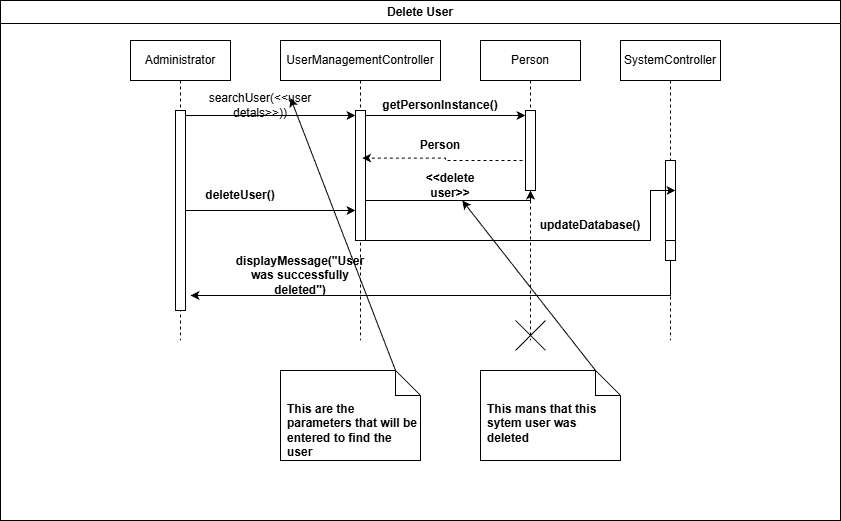
Before: Week7/delete user sequence.png, a diagram exported from draw.io (John34263/Hospital-Administration-System). Source tidied: cells renumbered, new cells last; positions are measured from the earlier drawing's top-left corner, leaving out a move shared by most shapes. Source of this version:
```xml
<mxGraphModel>
  <root>
    <mxCell id="0" />
    <mxCell id="1" parent="0" />
    <mxCell id="2" value="Delete User" style="swimlane;whiteSpace=wrap;html=1;swimlaneFillColor=default;" parent="1" vertex="1">
      <mxGeometry width="840" height="520" as="geometry" />
    </mxCell>
    <mxCell id="3" value="Administrator" style="shape=umlLifeline;perimeter=lifelinePerimeter;whiteSpace=wrap;html=1;newEdgeStyle={&quot;edgeStyle&quot;:&quot;elbowEdgeStyle&quot;,&quot;elbow&quot;:&quot;vertical&quot;,&quot;curved&quot;:0,&quot;rounded&quot;:0};" parent="2" vertex="1">
      <mxGeometry x="130" y="40" width="100" height="300" as="geometry" />
    </mxCell>
    <mxCell id="4" style="html=1;points=[[0,0,0,0,5],[0,1,0,0,-5],[1,0,0,0,5],[1,1,0,0,-5]];perimeter=orthogonalPerimeter;outlineConnect=0;targetShapes=umlLifeline;portConstraint=eastwest;newEdgeStyle={&quot;curved&quot;:0,&quot;rounded&quot;:0};" parent="3" vertex="1">
      <mxGeometry x="45" y="70" width="10" height="200" as="geometry" />
    </mxCell>
    <mxCell id="5" value="UserManagementController" style="shape=umlLifeline;perimeter=lifelinePerimeter;whiteSpace=wrap;html=1;newEdgeStyle={&quot;edgeStyle&quot;:&quot;elbowEdgeStyle&quot;,&quot;elbow&quot;:&quot;vertical&quot;,&quot;curved&quot;:0,&quot;rounded&quot;:0};size=40;" parent="2" vertex="1">
      <mxGeometry x="280" y="40" width="160" height="300" as="geometry" />
    </mxCell>
    <mxCell id="6" style="html=1;points=[[0,0,0,0,5],[0,1,0,0,-5],[1,0,0,0,5],[1,1,0,0,-5]];perimeter=orthogonalPerimeter;outlineConnect=0;targetShapes=umlLifeline;portConstraint=eastwest;newEdgeStyle={&quot;curved&quot;:0,&quot;rounded&quot;:0};" parent="5" vertex="1">
      <mxGeometry x="75" y="70" width="10" height="130" as="geometry" />
    </mxCell>
    <mxCell id="7" value="SystemController" style="shape=umlLifeline;perimeter=lifelinePerimeter;whiteSpace=wrap;html=1;newEdgeStyle={&quot;edgeStyle&quot;:&quot;elbowEdgeStyle&quot;,&quot;elbow&quot;:&quot;vertical&quot;,&quot;curved&quot;:0,&quot;rounded&quot;:0};" parent="2" vertex="1">
      <mxGeometry x="620" y="40" width="100" height="300" as="geometry" />
    </mxCell>
    <mxCell id="8" style="html=1;perimeter=orthogonalPerimeter;targetShapes=umlLifeline;newEdgeStyle={&quot;curved&quot;:0,&quot;rounded&quot;:0};" parent="7" vertex="1">
      <mxGeometry x="45" y="120" width="10" height="80" as="geometry" />
    </mxCell>
    <mxCell id="9" style="html=1;points=[[0,0,0,0,5],[0,1,0,0,-5],[1,0,0,0,5],[1,1,0,0,-5]];perimeter=orthogonalPerimeter;outlineConnect=0;targetShapes=umlLifeline;portConstraint=eastwest;newEdgeStyle={&quot;curved&quot;:0,&quot;rounded&quot;:0};" parent="7" vertex="1">
      <mxGeometry x="45" y="200" width="10" height="20" as="geometry" />
    </mxCell>
    <mxCell id="10" style="edgeStyle=orthogonalEdgeStyle;rounded=0;jettySize=auto;html=1;curved=0;exitX=1;exitY=0;exitDx=0;exitDy=5;exitPerimeter=0;entryX=0;entryY=0;entryDx=0;entryDy=5;entryPerimeter=0;horizontal=1;" parent="2" edge="1" source="4" target="6">
      <mxGeometry relative="1" as="geometry" />
    </mxCell>
    <mxCell id="11" value="searchUser(&amp;lt;&amp;lt;user detals&amp;gt;&amp;gt;))" style="text;html=1;whiteSpace=wrap;strokeColor=none;fillColor=none;align=center;verticalAlign=middle;rounded=0;" parent="2" vertex="1">
      <mxGeometry x="230" y="90" width="60" height="30" as="geometry" />
    </mxCell>
    <mxCell id="12" value="Person" style="shape=umlLifeline;perimeter=lifelinePerimeter;whiteSpace=wrap;html=1;newEdgeStyle={&quot;edgeStyle&quot;:&quot;elbowEdgeStyle&quot;,&quot;elbow&quot;:&quot;vertical&quot;,&quot;curved&quot;:0,&quot;rounded&quot;:0};" parent="2" vertex="1">
      <mxGeometry x="480" y="40" width="100" height="300" as="geometry" />
    </mxCell>
    <mxCell id="13" style="html=1;points=[[0,0,0,0,5],[0,1,0,0,-5],[1,0,0,0,5],[1,1,0,0,-5]];perimeter=orthogonalPerimeter;outlineConnect=0;targetShapes=umlLifeline;portConstraint=eastwest;newEdgeStyle={&quot;curved&quot;:0,&quot;rounded&quot;:0};" parent="12" vertex="1">
      <mxGeometry x="45" y="70" width="10" height="80" as="geometry" />
    </mxCell>
    <mxCell id="14" value="&lt;b&gt;&amp;lt;&amp;lt;delete user&amp;gt;&amp;gt;&lt;/b&gt;" style="text;html=1;whiteSpace=wrap;strokeColor=none;fillColor=none;align=center;verticalAlign=middle;rounded=0;" parent="2" vertex="1">
      <mxGeometry x="420" y="170" width="60" height="30" as="geometry" />
    </mxCell>
    <mxCell id="15" style="rounded=0;jettySize=auto;html=1;exitX=0;exitY=0;exitDx=115;exitDy=0;exitPerimeter=0;entryX=1;entryY=0.25;entryDx=0;entryDy=0;" parent="2" edge="1" source="16" target="11">
      <mxGeometry relative="1" as="geometry" />
    </mxCell>
    <mxCell id="16" value="&lt;b&gt;This are the parameters that will be entered to find the user&lt;/b&gt;" style="shape=note2;boundedLbl=1;whiteSpace=wrap;html=1;size=25;verticalAlign=top;align=left;spacingLeft=5;" parent="2" vertex="1">
      <mxGeometry x="280" y="370" width="140" height="90" as="geometry" />
    </mxCell>
    <mxCell id="17" style="rounded=0;jettySize=auto;html=1;exitX=0;exitY=0;exitDx=115;exitDy=0;exitPerimeter=0;" parent="2" edge="1" source="18" target="14">
      <mxGeometry relative="1" as="geometry" />
    </mxCell>
    <mxCell id="18" value="&lt;b&gt;This mans that this sytem user was deleted&lt;/b&gt;" style="shape=note2;boundedLbl=1;whiteSpace=wrap;html=1;size=25;verticalAlign=top;align=left;spacingLeft=5;" parent="2" vertex="1">
      <mxGeometry x="480" y="370" width="140" height="90" as="geometry" />
    </mxCell>
    <mxCell id="19" style="edgeStyle=orthogonalEdgeStyle;rounded=0;orthogonalLoop=1;jettySize=auto;html=1;curved=0;exitX=1;exitY=1;exitDx=0;exitDy=-5;exitPerimeter=0;entryX=1;entryY=1;entryDx=0;entryDy=-5;entryPerimeter=0;" parent="2" edge="1">
      <mxGeometry relative="1" as="geometry">
        <mxPoint x="365" y="240" as="sourcePoint" />
        <mxPoint x="675" y="190" as="targetPoint" />
        <Array as="points">
          <mxPoint x="650" y="240" />
          <mxPoint x="650" y="190" />
        </Array>
      </mxGeometry>
    </mxCell>
    <mxCell id="20" value="&lt;b&gt;updateDatabase()&lt;/b&gt;" style="text;html=1;whiteSpace=wrap;strokeColor=none;fillColor=none;align=center;verticalAlign=middle;rounded=0;" parent="2" vertex="1">
      <mxGeometry x="560" y="210" width="60" height="30" as="geometry" />
    </mxCell>
    <mxCell id="21" style="edgeStyle=orthogonalEdgeStyle;rounded=0;orthogonalLoop=1;jettySize=auto;html=1;curved=0;exitX=0;exitY=1;exitDx=0;exitDy=-5;exitPerimeter=0;" parent="2" edge="1">
      <mxGeometry relative="1" as="geometry">
        <mxPoint x="670" y="260" as="sourcePoint" />
        <mxPoint x="190" y="295" as="targetPoint" />
        <Array as="points">
          <mxPoint x="670" y="295" />
        </Array>
      </mxGeometry>
    </mxCell>
    <mxCell id="22" value="&lt;b&gt;displayMessage(&quot;User was successfully deleted&quot;)&lt;/b&gt;" style="text;html=1;whiteSpace=wrap;strokeColor=none;fillColor=none;align=center;verticalAlign=middle;rounded=0;" parent="2" vertex="1">
      <mxGeometry x="230" y="260" width="140" height="30" as="geometry" />
    </mxCell>
    <mxCell id="23" style="edgeStyle=orthogonalEdgeStyle;rounded=0;jettySize=auto;html=1;curved=0;exitX=1;exitY=0;exitDx=0;exitDy=5;exitPerimeter=0;" parent="2" edge="1" source="6" target="13">
      <mxGeometry relative="1" as="geometry">
        <Array as="points">
          <mxPoint x="365" y="200" />
          <mxPoint x="530" y="200" />
        </Array>
      </mxGeometry>
    </mxCell>
    <mxCell id="24" style="edgeStyle=orthogonalEdgeStyle;rounded=0;orthogonalLoop=1;jettySize=auto;html=1;curved=0;exitX=1;exitY=0;exitDx=0;exitDy=5;exitPerimeter=0;" parent="2" edge="1">
      <mxGeometry relative="1" as="geometry">
        <mxPoint x="185" y="150" as="sourcePoint" />
        <mxPoint x="355" y="210" as="targetPoint" />
        <Array as="points">
          <mxPoint x="185" y="210" />
        </Array>
      </mxGeometry>
    </mxCell>
    <mxCell id="25" value="&lt;b&gt;deleteUser()&lt;/b&gt;" style="text;html=1;whiteSpace=wrap;strokeColor=none;fillColor=none;align=center;verticalAlign=middle;rounded=0;" parent="2" vertex="1">
      <mxGeometry x="210" y="180" width="60" height="30" as="geometry" />
    </mxCell>
    <mxCell id="26" style="edgeStyle=orthogonalEdgeStyle;rounded=0;jettySize=auto;html=1;curved=0;exitX=1;exitY=0;exitDx=0;exitDy=5;exitPerimeter=0;entryX=0;entryY=0;entryDx=0;entryDy=5;entryPerimeter=0;" parent="2" edge="1" source="6" target="13">
      <mxGeometry relative="1" as="geometry" />
    </mxCell>
    <mxCell id="27" value="&lt;b&gt;getPersonInstance()&lt;/b&gt;" style="text;html=1;whiteSpace=wrap;strokeColor=none;fillColor=none;align=center;verticalAlign=middle;rounded=0;" parent="2" vertex="1">
      <mxGeometry x="410" y="90" width="60" height="30" as="geometry" />
    </mxCell>
    <mxCell id="28" style="edgeStyle=orthogonalEdgeStyle;rounded=0;jettySize=auto;html=1;curved=0;exitX=0;exitY=0;exitDx=0;exitDy=5;exitPerimeter=0;entryX=0.66;entryY=0.366;entryDx=0;entryDy=0;entryPerimeter=0;dashed=1;" parent="2" edge="1" source="13" target="6">
      <mxGeometry relative="1" as="geometry">
        <Array as="points">
          <mxPoint x="525" y="160" />
          <mxPoint x="445" y="160" />
          <mxPoint x="445" y="158" />
        </Array>
      </mxGeometry>
    </mxCell>
    <mxCell id="29" value="&lt;b&gt;Person&lt;/b&gt;" style="text;html=1;whiteSpace=wrap;strokeColor=none;fillColor=none;align=center;verticalAlign=middle;rounded=0;" parent="2" vertex="1">
      <mxGeometry x="410" y="130" width="60" height="30" as="geometry" />
    </mxCell>
    <mxCell id="30" style="shape=umlDestroy;html=1;" parent="2" vertex="1">
      <mxGeometry x="515" y="320" width="30" height="30" as="geometry" />
    </mxCell>
  </root>
</mxGraphModel>
```
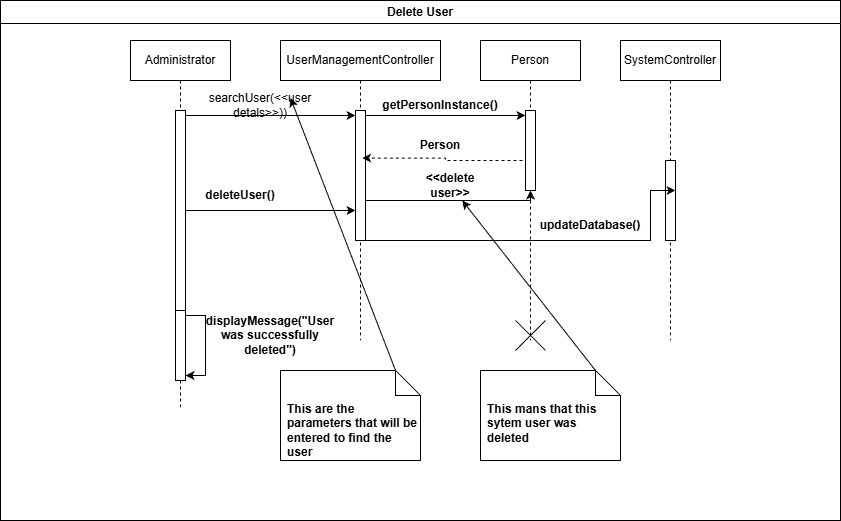
After the change.

Change to the diagram source:
```diff
@@ -6,11 +6,17 @@
       <mxGeometry width="840" height="520" as="geometry" />
     </mxCell>
     <mxCell id="3" value="Administrator" style="shape=umlLifeline;perimeter=lifelinePerimeter;whiteSpace=wrap;html=1;newEdgeStyle={&quot;edgeStyle&quot;:&quot;elbowEdgeStyle&quot;,&quot;elbow&quot;:&quot;vertical&quot;,&quot;curved&quot;:0,&quot;rounded&quot;:0};" parent="2" vertex="1">
-      <mxGeometry x="130" y="40" width="100" height="300" as="geometry" />
+      <mxGeometry x="130" y="40" width="100" height="370" as="geometry" />
     </mxCell>
     <mxCell id="4" style="html=1;points=[[0,0,0,0,5],[0,1,0,0,-5],[1,0,0,0,5],[1,1,0,0,-5]];perimeter=orthogonalPerimeter;outlineConnect=0;targetShapes=umlLifeline;portConstraint=eastwest;newEdgeStyle={&quot;curved&quot;:0,&quot;rounded&quot;:0};" parent="3" vertex="1">
       <mxGeometry x="45" y="70" width="10" height="200" as="geometry" />
     </mxCell>
+    <mxCell id="9" style="html=1;points=[[0,0,0,0,5],[0,1,0,0,-5],[1,0,0,0,5],[1,1,0,0,-5]];perimeter=orthogonalPerimeter;outlineConnect=0;targetShapes=umlLifeline;portConstraint=eastwest;newEdgeStyle={&quot;curved&quot;:0,&quot;rounded&quot;:0};" parent="3" vertex="1">
+      <mxGeometry x="45" y="270" width="10" height="70" as="geometry" />
+    </mxCell>
+    <mxCell id="31" style="edgeStyle=orthogonalEdgeStyle;rounded=0;orthogonalLoop=1;jettySize=auto;html=1;curved=0;exitX=1;exitY=0;exitDx=0;exitDy=5;exitPerimeter=0;entryX=1;entryY=1;entryDx=0;entryDy=-5;entryPerimeter=0;" parent="3" edge="1" source="9" target="9">
+      <mxGeometry relative="1" as="geometry" />
+    </mxCell>
     <mxCell id="5" value="UserManagementController" style="shape=umlLifeline;perimeter=lifelinePerimeter;whiteSpace=wrap;html=1;newEdgeStyle={&quot;edgeStyle&quot;:&quot;elbowEdgeStyle&quot;,&quot;elbow&quot;:&quot;vertical&quot;,&quot;curved&quot;:0,&quot;rounded&quot;:0};size=40;" parent="2" vertex="1">
       <mxGeometry x="280" y="40" width="160" height="300" as="geometry" />
     </mxCell>
@@ -23,9 +29,6 @@
     <mxCell id="8" style="html=1;perimeter=orthogonalPerimeter;targetShapes=umlLifeline;newEdgeStyle={&quot;curved&quot;:0,&quot;rounded&quot;:0};" parent="7" vertex="1">
       <mxGeometry x="45" y="120" width="10" height="80" as="geometry" />
     </mxCell>
-    <mxCell id="9" style="html=1;points=[[0,0,0,0,5],[0,1,0,0,-5],[1,0,0,0,5],[1,1,0,0,-5]];perimeter=orthogonalPerimeter;outlineConnect=0;targetShapes=umlLifeline;portConstraint=eastwest;newEdgeStyle={&quot;curved&quot;:0,&quot;rounded&quot;:0};" parent="7" vertex="1">
-      <mxGeometry x="45" y="200" width="10" height="20" as="geometry" />
-    </mxCell>
     <mxCell id="10" style="edgeStyle=orthogonalEdgeStyle;rounded=0;jettySize=auto;html=1;curved=0;exitX=1;exitY=0;exitDx=0;exitDy=5;exitPerimeter=0;entryX=0;entryY=0;entryDx=0;entryDy=5;entryPerimeter=0;horizontal=1;" parent="2" edge="1" source="4" target="6">
       <mxGeometry relative="1" as="geometry" />
     </mxCell>
@@ -66,17 +69,8 @@
     <mxCell id="20" value="&lt;b&gt;updateDatabase()&lt;/b&gt;" style="text;html=1;whiteSpace=wrap;strokeColor=none;fillColor=none;align=center;verticalAlign=middle;rounded=0;" parent="2" vertex="1">
       <mxGeometry x="560" y="210" width="60" height="30" as="geometry" />
     </mxCell>
-    <mxCell id="21" style="edgeStyle=orthogonalEdgeStyle;rounded=0;orthogonalLoop=1;jettySize=auto;html=1;curved=0;exitX=0;exitY=1;exitDx=0;exitDy=-5;exitPerimeter=0;" parent="2" edge="1">
-      <mxGeometry relative="1" as="geometry">
-        <mxPoint x="670" y="260" as="sourcePoint" />
-        <mxPoint x="190" y="295" as="targetPoint" />
-        <Array as="points">
-          <mxPoint x="670" y="295" />
-        </Array>
-      </mxGeometry>
-    </mxCell>
     <mxCell id="22" value="&lt;b&gt;displayMessage(&quot;User was successfully deleted&quot;)&lt;/b&gt;" style="text;html=1;whiteSpace=wrap;strokeColor=none;fillColor=none;align=center;verticalAlign=middle;rounded=0;" parent="2" vertex="1">
-      <mxGeometry x="230" y="260" width="140" height="30" as="geometry" />
+      <mxGeometry x="200" y="320" width="140" height="30" as="geometry" />
     </mxCell>
     <mxCell id="23" style="edgeStyle=orthogonalEdgeStyle;rounded=0;jettySize=auto;html=1;curved=0;exitX=1;exitY=0;exitDx=0;exitDy=5;exitPerimeter=0;" parent="2" edge="1" source="6" target="13">
       <mxGeometry relative="1" as="geometry">
```
